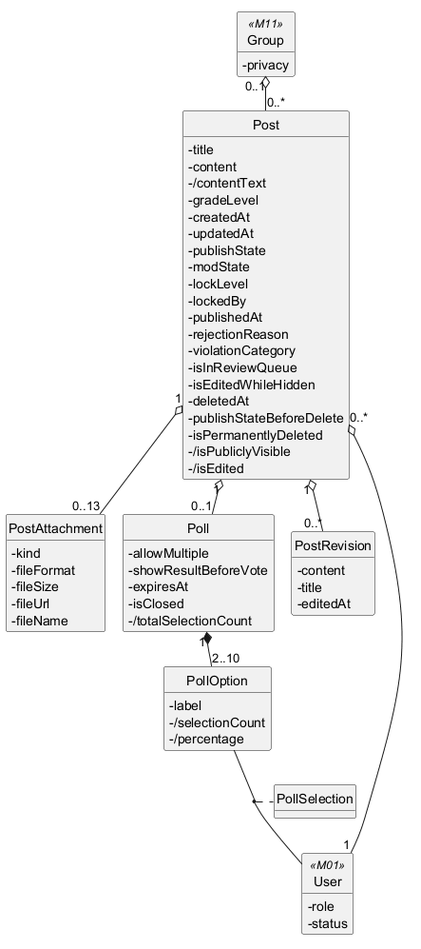
This is .agents/.claude/system_analysis/output/data-model/ec/diagrams/EC-M03.png from ducsiukap/iShare, a PlantUML export, as it was before one commit.
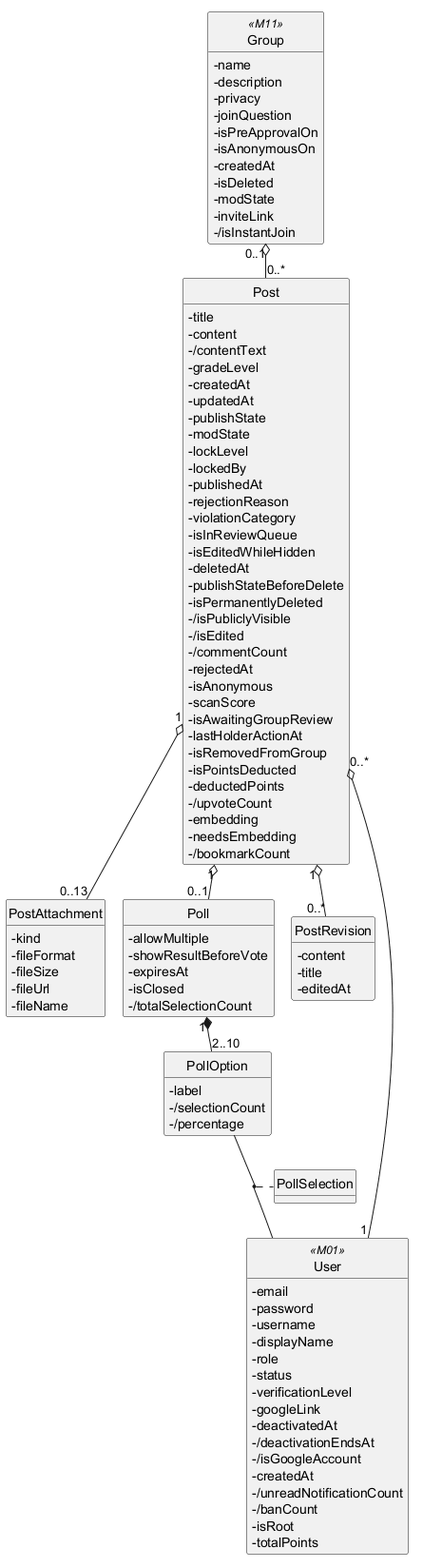
Later version of the same file.

Diff of the diagram source:
```diff
@@ -25,6 +25,19 @@
   -isPermanentlyDeleted
   -/isPubliclyVisible
   -/isEdited
+  -/commentCount
+  -rejectedAt
+  -isAnonymous
+  -scanScore
+  -isAwaitingGroupReview
+  -lastHolderActionAt
+  -isRemovedFromGroup
+  -isPointsDeducted
+  -deductedPoints
+  -/upvoteCount
+  -embedding
+  -needsEmbedding
+  -/bookmarkCount
 }
 class PostAttachment {
   -kind
@@ -53,11 +66,35 @@
   -editedAt
 }
 class User <<M01>> {
+  -email
+  -password
+  -username
+  -displayName
   -role
   -status
+  -verificationLevel
+  -googleLink
+  -deactivatedAt
+  -/deactivationEndsAt
+  -/isGoogleAccount
+  -createdAt
+  -/unreadNotificationCount
+  -/banCount
+  -isRoot
+  -totalPoints
 }
 class Group <<M11>> {
+  -name
+  -description
   -privacy
+  -joinQuestion
+  -isPreApprovalOn
+  -isAnonymousOn
+  -createdAt
+  -isDeleted
+  -modState
+  -inviteLink
+  -/isInstantJoin
 }
 
 (PollOption, User) .. PollSelection
```
